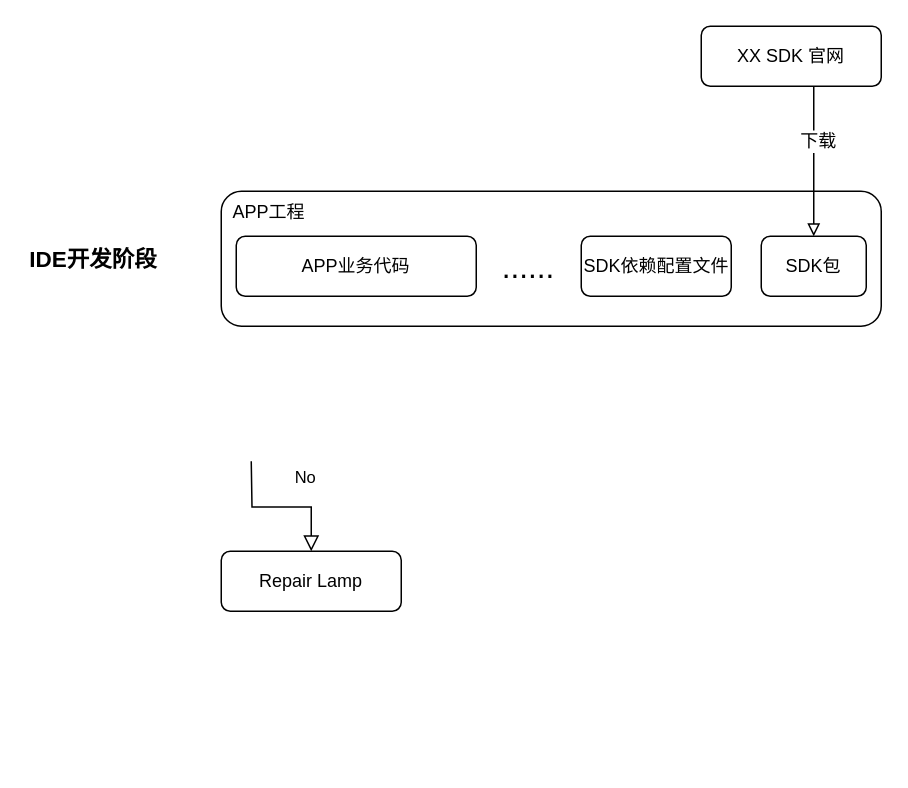
Above: draw/Virtual integration.drawio in befairyliu/draw.io (draw.io), before the change. Source tidied: cells renumbered, new cells numbered last; positions are measured from the earlier drawing's top-left corner, leaving out a move shared by most shapes. Both pictures are drawn from the tidied source at 150%, with x=0, y=0 at pixel (26, 26).
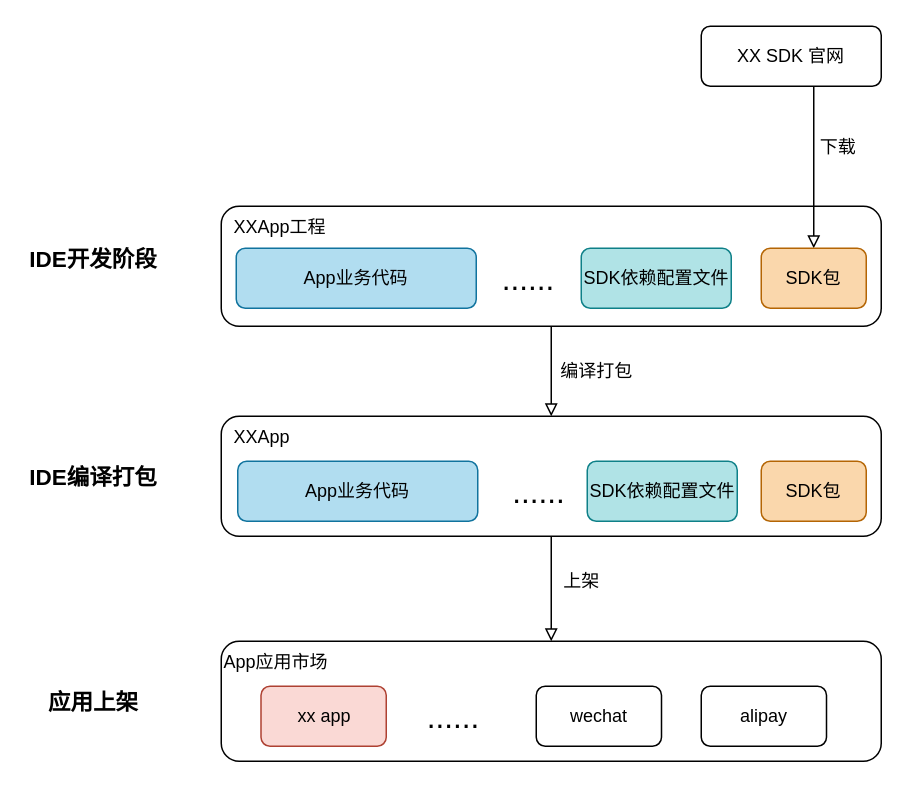
Above is the later version.

The change refers to these unchanged cells:
```xml
<mxCell id="5" style="edgeStyle=orthogonalEdgeStyle;rounded=0;jettySize=auto;html=1;exitX=0.5;exitY=1;exitDx=0;exitDy=0;endArrow=block;endFill=0;fontSize=15;" parent="1" edge="1" source="7" target="11">
  <mxGeometry relative="1" as="geometry">
    <Array as="points">
      <mxPoint x="525" y="40" />
    </Array>
  </mxGeometry>
</mxCell>
```

Diff of the diagram source:
```diff
@@
+    <mxCell id="13" value="编译打包" style="edgeStyle=orthogonalEdgeStyle;rounded=0;jettySize=auto;html=1;exitX=0.5;exitY=1;exitDx=0;exitDy=0;entryX=0.5;entryY=0;entryDx=0;entryDy=0;endArrow=block;endFill=0;fontSize=12;" parent="1" edge="1" source="2" target="4">
+      <mxGeometry y="30" relative="1" as="geometry">
+        <Array as="points">
+          <mxPoint x="350" y="230" />
+          <mxPoint x="350" y="230" />
+        </Array>
+      </mxGeometry>
+    </mxCell>
-    <mxCell id="2" value="&amp;nbsp; APP工程" style="rounded=1;whiteSpace=wrap;html=1;fontSize=12;glass=0;strokeWidth=1;shadow=0;align=left;verticalAlign=top;" parent="1" vertex="1">
-      <mxGeometry x="130" y="110" width="440" height="90" as="geometry" />
+    <mxCell id="2" value="&amp;nbsp; XXApp工程" style="rounded=1;whiteSpace=wrap;html=1;fontSize=12;glass=0;strokeWidth=1;shadow=0;align=left;verticalAlign=top;" parent="1" vertex="1">
+      <mxGeometry x="130" y="120" width="440" height="80" as="geometry" />
     </mxCell>
-    <mxCell id="3" value="No" style="rounded=0;html=1;jettySize=auto;fontSize=11;endArrow=block;endFill=0;endSize=8;strokeWidth=1;shadow=0;labelBackgroundColor=none;edgeStyle=orthogonalEdgeStyle;" parent="1" edge="1" target="4">
-      <mxGeometry x="0.33" y="20" relative="1" as="geometry">
-        <mxPoint x="150" y="290" as="sourcePoint" />
-      </mxGeometry>
-    </mxCell>
+    <mxCell id="14" value="上架" style="edgeStyle=orthogonalEdgeStyle;rounded=0;jettySize=auto;html=1;exitX=0.5;exitY=1;exitDx=0;exitDy=0;entryX=0.5;entryY=0;entryDx=0;entryDy=0;endArrow=block;endFill=0;fontSize=12;" parent="1" edge="1" source="4" target="19">
+      <mxGeometry x="-0.14" y="20" relative="1" as="geometry">
+        <Array as="points">
+          <mxPoint x="350" y="370" />
+          <mxPoint x="350" y="370" />
+        </Array>
+      </mxGeometry>
+    </mxCell>
-    <mxCell id="4" value="Repair Lamp" style="rounded=1;whiteSpace=wrap;html=1;fontSize=12;glass=0;strokeWidth=1;shadow=0;" parent="1" vertex="1">
-      <mxGeometry x="130" y="350" width="120" height="40" as="geometry" />
+    <mxCell id="4" value="&amp;nbsp; XXApp" style="rounded=1;whiteSpace=wrap;html=1;fontSize=12;glass=0;strokeWidth=1;shadow=0;align=left;verticalAlign=top;" parent="1" vertex="1">
+      <mxGeometry x="130" y="260" width="440" height="80" as="geometry" />
     </mxCell>
@@
     <mxCell id="6" value="下载" style="edgeLabel;html=1;align=center;verticalAlign=middle;fontSize=12;" parent="5" vertex="1">
-      <mxGeometry x="-0.11" y="2" relative="1" as="geometry" />
+      <mxGeometry x="-0.11" y="2" relative="1" as="geometry">
+        <mxPoint x="13" as="offset" />
+      </mxGeometry>
     </mxCell>
@@
-    <mxCell id="9" value="APP业务代码" style="rounded=1;whiteSpace=wrap;html=1;align=center;" parent="1" vertex="1">
-      <mxGeometry x="140" y="140" width="160" height="40" as="geometry" />
+    <mxCell id="9" value="App业务代码" style="rounded=1;whiteSpace=wrap;html=1;align=center;fillColor=#b1ddf0;strokeColor=#10739e;" parent="1" vertex="1">
+      <mxGeometry x="140" y="148" width="160" height="40" as="geometry" />
     </mxCell>
-    <mxCell id="10" value="SDK依赖配置文件" style="rounded=1;whiteSpace=wrap;html=1;align=left;" parent="1" vertex="1">
-      <mxGeometry x="370" y="140" width="100" height="40" as="geometry" />
+    <mxCell id="10" value="SDK依赖配置文件" style="rounded=1;whiteSpace=wrap;html=1;align=left;fillColor=#b0e3e6;strokeColor=#0e8088;" parent="1" vertex="1">
+      <mxGeometry x="370" y="148" width="100" height="40" as="geometry" />
     </mxCell>
-    <mxCell id="11" value="SDK包" style="rounded=1;whiteSpace=wrap;html=1;align=center;" parent="1" vertex="1">
-      <mxGeometry x="490" y="140" width="70" height="40" as="geometry" />
+    <mxCell id="11" value="SDK包" style="rounded=1;whiteSpace=wrap;html=1;align=center;fillColor=#fad7ac;strokeColor=#b46504;" parent="1" vertex="1">
+      <mxGeometry x="490" y="148" width="70" height="40" as="geometry" />
     </mxCell>
     <mxCell id="12" value="&lt;font style=&quot;font-size: 21px&quot;&gt;......&lt;/font&gt;" style="rounded=1;whiteSpace=wrap;html=1;align=center;fillColor=none;gradientColor=none;strokeColor=none;" parent="1" vertex="1">
-      <mxGeometry x="310" y="140" width="50" height="40" as="geometry" />
+      <mxGeometry x="310" y="148" width="50" height="40" as="geometry" />
     </mxCell>
+    <mxCell id="15" value="App业务代码" style="rounded=1;whiteSpace=wrap;html=1;align=center;fillColor=#b1ddf0;strokeColor=#10739e;" parent="1" vertex="1">
+      <mxGeometry x="141" y="290" width="160" height="40" as="geometry" />
+    </mxCell>
+    <mxCell id="16" value="SDK依赖配置文件" style="rounded=1;whiteSpace=wrap;html=1;align=left;fillColor=#b0e3e6;strokeColor=#0e8088;" parent="1" vertex="1">
+      <mxGeometry x="374" y="290" width="100" height="40" as="geometry" />
+    </mxCell>
+    <mxCell id="17" value="&lt;font style=&quot;font-size: 21px&quot;&gt;......&lt;/font&gt;" style="rounded=1;whiteSpace=wrap;html=1;align=center;fillColor=none;gradientColor=none;strokeColor=none;" parent="1" vertex="1">
+      <mxGeometry x="316.5" y="290" width="50" height="40" as="geometry" />
+    </mxCell>
+    <mxCell id="18" value="SDK包" style="rounded=1;whiteSpace=wrap;html=1;align=center;fillColor=#fad7ac;strokeColor=#b46504;" parent="1" vertex="1">
+      <mxGeometry x="490" y="290" width="70" height="40" as="geometry" />
+    </mxCell>
+    <mxCell id="19" value="App应用市场" style="rounded=1;whiteSpace=wrap;html=1;fontSize=12;glass=0;strokeWidth=1;shadow=0;align=left;verticalAlign=top;" parent="1" vertex="1">
+      <mxGeometry x="130" y="410" width="440" height="80" as="geometry" />
+    </mxCell>
+    <mxCell id="20" value="xx app" style="rounded=1;whiteSpace=wrap;html=1;align=center;fillColor=#fad9d5;strokeColor=#ae4132;" parent="1" vertex="1">
+      <mxGeometry x="156.5" y="440" width="83.5" height="40" as="geometry" />
+    </mxCell>
+    <mxCell id="21" value="&lt;font style=&quot;font-size: 21px&quot;&gt;......&lt;/font&gt;" style="rounded=1;whiteSpace=wrap;html=1;align=center;fillColor=none;gradientColor=none;strokeColor=none;" parent="1" vertex="1">
+      <mxGeometry x="260" y="440" width="50" height="40" as="geometry" />
+    </mxCell>
+    <mxCell id="22" value="wechat" style="rounded=1;whiteSpace=wrap;html=1;align=center;" parent="1" vertex="1">
+      <mxGeometry x="340" y="440" width="83.5" height="40" as="geometry" />
+    </mxCell>
+    <mxCell id="23" value="alipay" style="rounded=1;whiteSpace=wrap;html=1;align=center;" parent="1" vertex="1">
+      <mxGeometry x="450" y="440" width="83.5" height="40" as="geometry" />
+    </mxCell>
+    <mxCell id="24" value="&lt;font style=&quot;font-size: 15px&quot;&gt;&lt;b&gt;IDE编译打包&lt;/b&gt;&lt;/font&gt;" style="text;html=1;strokeColor=none;fillColor=none;align=center;verticalAlign=middle;whiteSpace=wrap;rounded=0;fontSize=15;" parent="1" vertex="1">
+      <mxGeometry y="280" width="90" height="40" as="geometry" />
+    </mxCell>
+    <mxCell id="25" value="&lt;b&gt;应用上架&lt;/b&gt;" style="text;html=1;strokeColor=none;fillColor=none;align=center;verticalAlign=middle;whiteSpace=wrap;rounded=0;fontSize=15;" parent="1" vertex="1">
+      <mxGeometry y="430" width="90" height="40" as="geometry" />
+    </mxCell>
```
